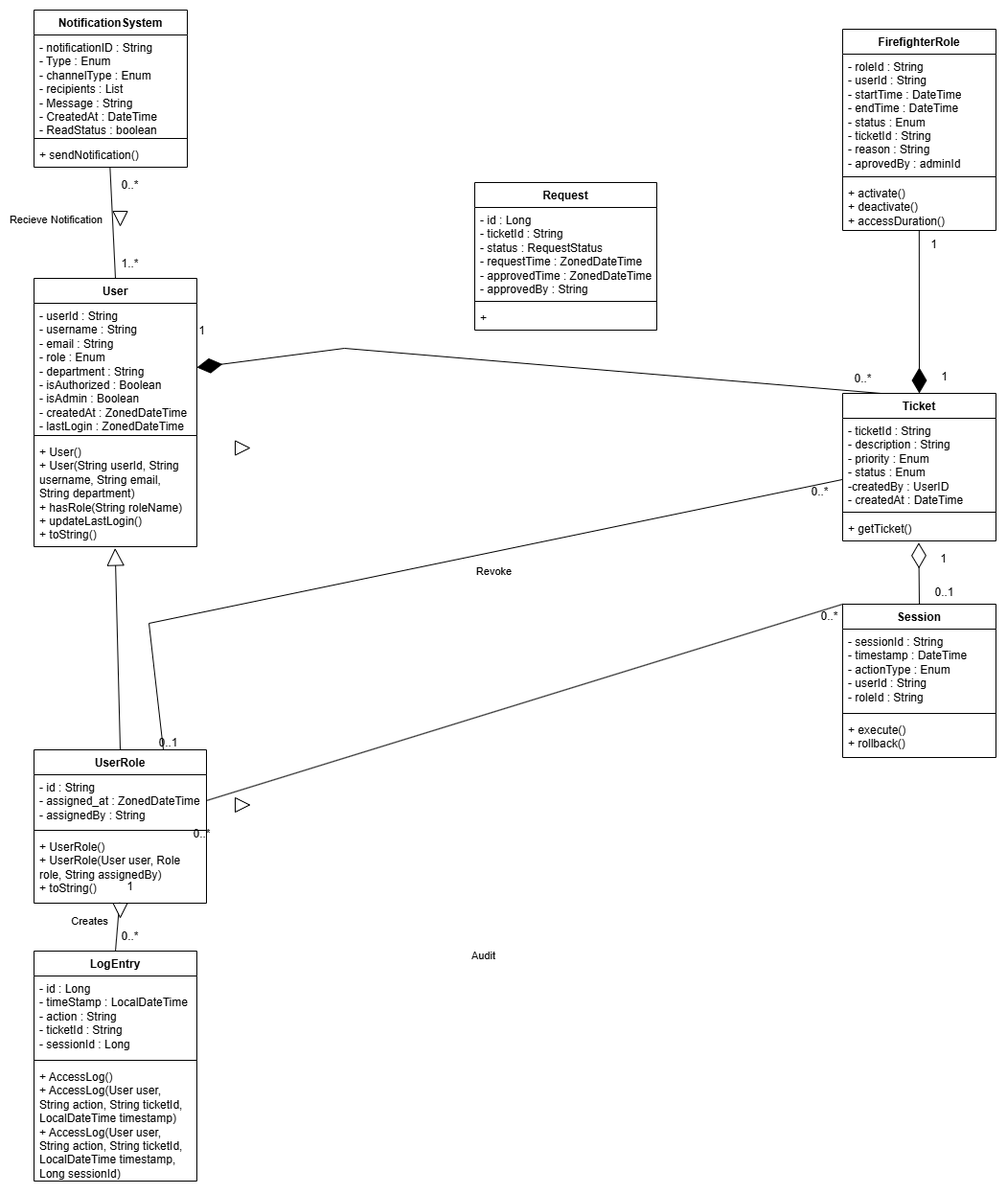
COS301-SE-2025/Fire-Fighter keeps this draw.io diagram as Documentation/Domain Model.png. Above is the earlier version. Source tidied: cells renumbered, new cells last; positions are measured from the earlier drawing's top-left corner, leaving out a move shared by most shapes.
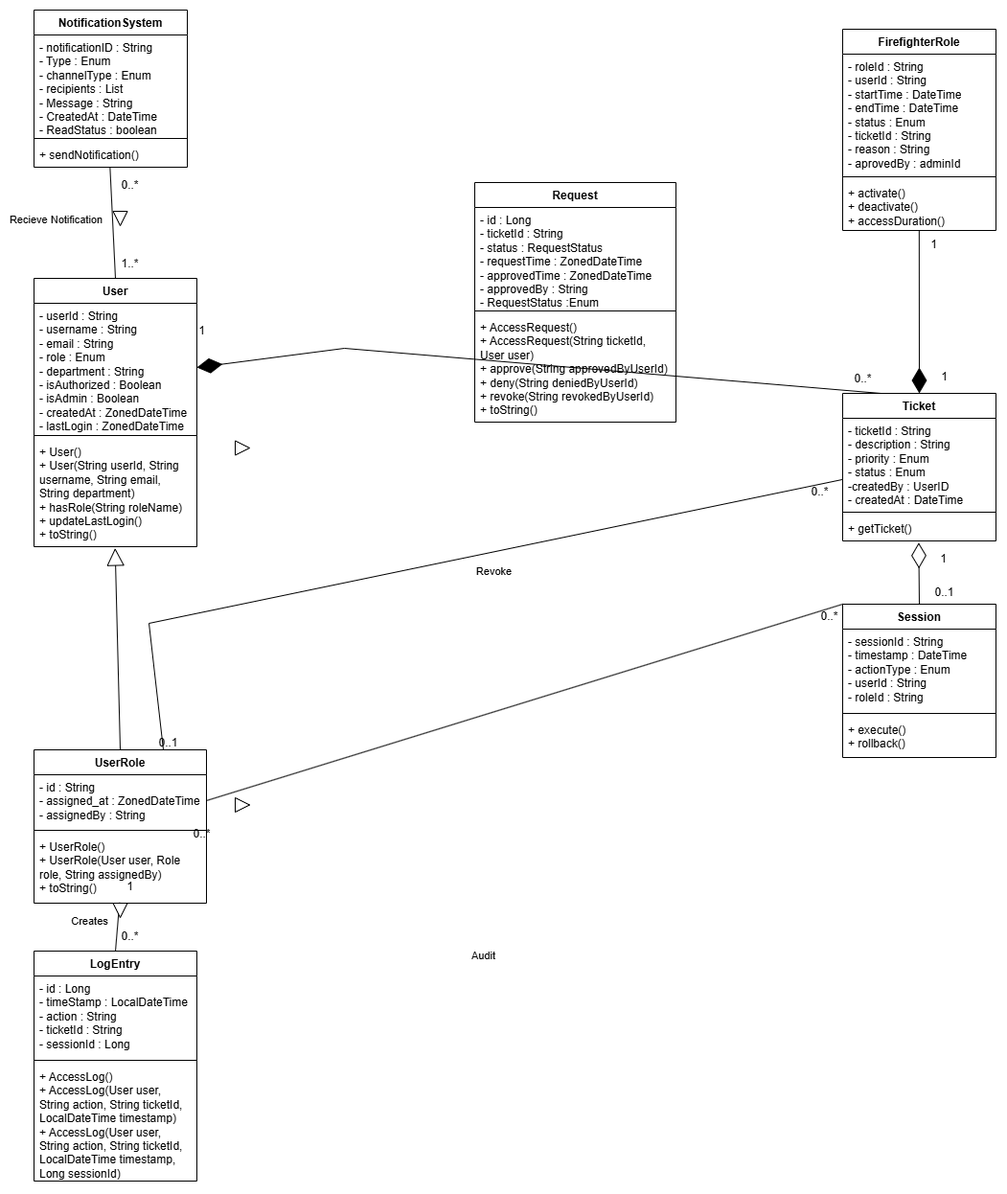
Above is the later version.

Change to the diagram source:
```diff
@@ -193,16 +193,16 @@
       <mxGeometry x="85" y="900" width="30" height="30" as="geometry" />
     </mxCell>
     <mxCell id="60" value="Request" style="swimlane;fontStyle=1;align=center;verticalAlign=top;horizontal=1;startSize=26;whiteSpace=wrap;html=1;" parent="1" vertex="1">
-      <mxGeometry x="460" y="180" width="190" height="154" as="geometry" />
+      <mxGeometry x="460" y="180" width="210" height="250" as="geometry" />
     </mxCell>
-    <mxCell id="61" value="- id : Long&lt;div&gt;-&amp;nbsp;ticketId : String&lt;/div&gt;&lt;div&gt;- status :&amp;nbsp;RequestStatus&lt;/div&gt;&lt;div&gt;- requestTime :&amp;nbsp;ZonedDateTime&lt;/div&gt;&lt;div&gt;-&amp;nbsp;approvedTime : ZonedDateTime&lt;/div&gt;&lt;div&gt;-&amp;nbsp;approvedBy : String&lt;/div&gt;" style="text;strokeColor=none;fillColor=none;align=left;verticalAlign=top;spacingLeft=4;spacingRight=4;overflow=hidden;whiteSpace=wrap;html=1;" parent="60" vertex="1">
-      <mxGeometry y="26" width="190" height="94" as="geometry" />
+    <mxCell id="61" value="- id : Long&lt;div&gt;-&amp;nbsp;ticketId : String&lt;/div&gt;&lt;div&gt;- status :&amp;nbsp;RequestStatus&lt;/div&gt;&lt;div&gt;- requestTime :&amp;nbsp;ZonedDateTime&lt;/div&gt;&lt;div&gt;-&amp;nbsp;approvedTime : ZonedDateTime&lt;/div&gt;&lt;div&gt;-&amp;nbsp;approvedBy : String&lt;/div&gt;&lt;div&gt;-&amp;nbsp;RequestStatus :Enum&lt;/div&gt;" style="text;strokeColor=none;fillColor=none;align=left;verticalAlign=top;spacingLeft=4;spacingRight=4;overflow=hidden;whiteSpace=wrap;html=1;" parent="60" vertex="1">
+      <mxGeometry y="26" width="210" height="104" as="geometry" />
     </mxCell>
     <mxCell id="62" style="line;strokeWidth=1;fillColor=none;align=left;verticalAlign=middle;spacingTop=-1;spacingLeft=3;spacingRight=3;labelPosition=right;strokeColor=inherit;" parent="60" vertex="1">
-      <mxGeometry y="120" width="190" height="8" as="geometry" />
+      <mxGeometry y="130" width="210" height="8" as="geometry" />
     </mxCell>
-    <mxCell id="63" value="+&amp;nbsp;" style="text;strokeColor=none;fillColor=none;align=left;verticalAlign=top;spacingLeft=4;spacingRight=4;overflow=hidden;whiteSpace=wrap;html=1;" parent="60" vertex="1">
-      <mxGeometry y="128" width="190" height="26" as="geometry" />
+    <mxCell id="63" value="+&amp;nbsp;AccessRequest()&lt;div&gt;+&amp;nbsp;AccessRequest(String ticketId, User user)&lt;/div&gt;&lt;div&gt;+&amp;nbsp;approve(String approvedByUserId)&lt;/div&gt;&lt;div&gt;+&amp;nbsp;deny(String deniedByUserId)&lt;/div&gt;&lt;div&gt;+&amp;nbsp;revoke(String revokedByUserId)&lt;br&gt;+&amp;nbsp;toString()&lt;/div&gt;" style="text;strokeColor=none;fillColor=none;align=left;verticalAlign=top;spacingLeft=4;spacingRight=4;overflow=hidden;whiteSpace=wrap;html=1;" parent="60" vertex="1">
+      <mxGeometry y="138" width="210" height="112" as="geometry" />
     </mxCell>
   </root>
 </mxGraphModel>
```
